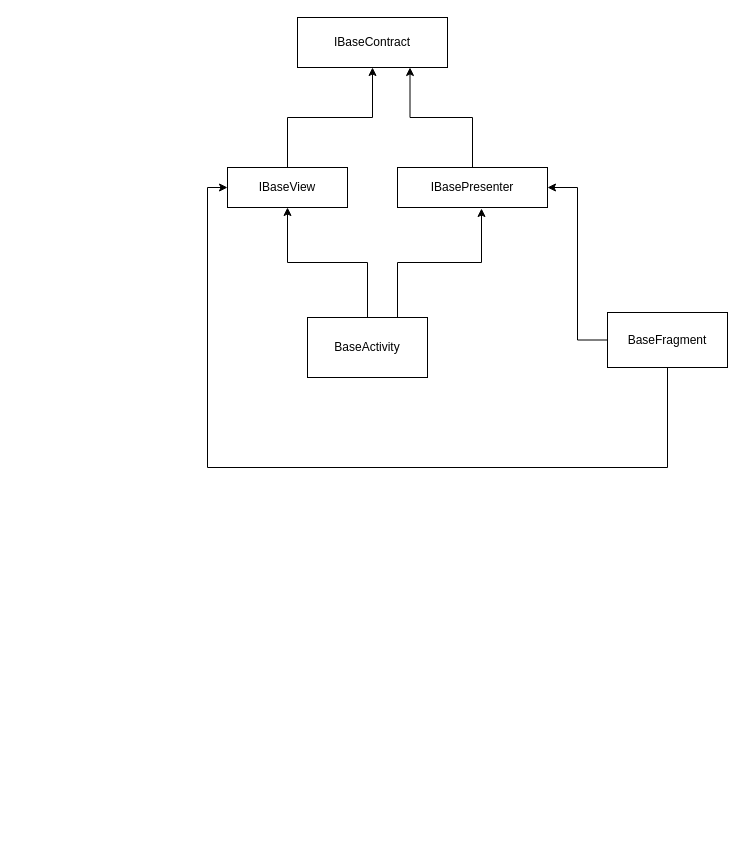
Before: MVP使用规范.drawio in 123yangu/private_tool, a draw.io diagram. Source tidied: cells renumbered, new cells numbered last; positions are measured from the earlier drawing's top-left corner, leaving out a move shared by most shapes. Both pictures are drawn from the tidied source at 100%, with x=0, y=0 at pixel (207, 17).
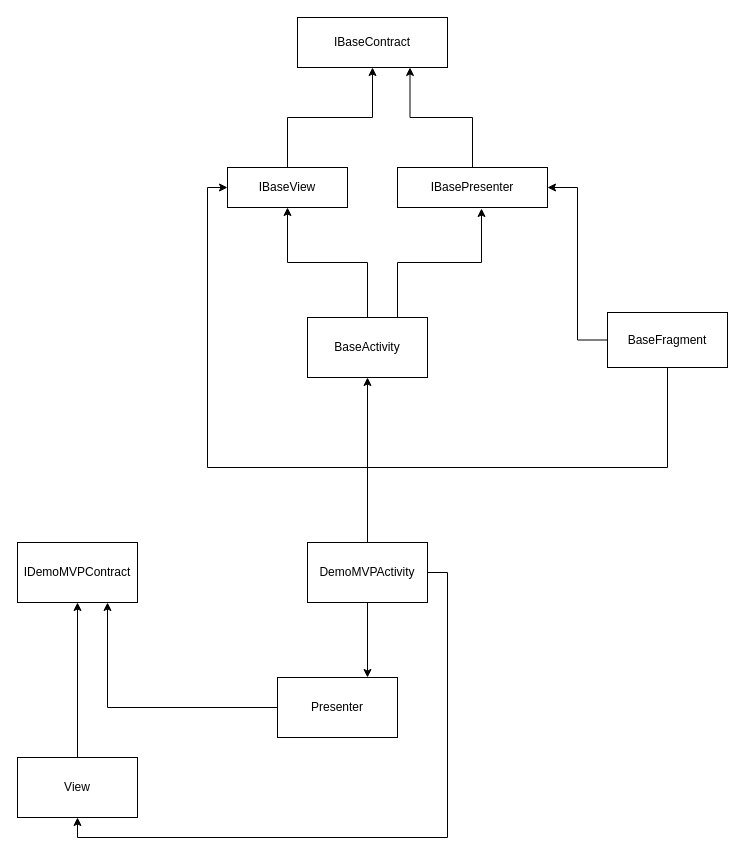
The same diagram, later.

Unchanged cells that the change refers to:
```xml
<mxCell id="4" value="BaseActivity" style="rounded=0;whiteSpace=wrap;html=1;" parent="1" vertex="1">
  <mxGeometry x="100" y="300" width="120" height="60" as="geometry" />
</mxCell>
```

The edit, as a diff of the source:
```diff
@@
+    <mxCell id="13" style="edgeStyle=orthogonalEdgeStyle;rounded=0;jettySize=auto;html=1;exitX=0.5;exitY=0;exitDx=0;exitDy=0;" parent="1" edge="1" source="16" target="4">
+      <mxGeometry relative="1" as="geometry" />
+    </mxCell>
+    <mxCell id="14" style="edgeStyle=orthogonalEdgeStyle;rounded=0;jettySize=auto;html=1;exitX=0.5;exitY=1;exitDx=0;exitDy=0;entryX=0.75;entryY=0;entryDx=0;entryDy=0;" parent="1" edge="1" source="16" target="21">
+      <mxGeometry relative="1" as="geometry" />
+    </mxCell>
+    <mxCell id="15" style="edgeStyle=orthogonalEdgeStyle;rounded=0;jettySize=auto;html=1;exitX=1;exitY=0.5;exitDx=0;exitDy=0;entryX=0.5;entryY=1;entryDx=0;entryDy=0;" parent="1" edge="1" source="16" target="19">
+      <mxGeometry relative="1" as="geometry" />
+    </mxCell>
+    <mxCell id="16" value="DemoMVPActivity" style="rounded=0;whiteSpace=wrap;html=1;" parent="1" vertex="1">
+      <mxGeometry x="100" y="525" width="120" height="60" as="geometry" />
+    </mxCell>
+    <mxCell id="17" value="&lt;span&gt;IDemoMVPContract&lt;/span&gt;" style="rounded=0;whiteSpace=wrap;html=1;" parent="1" vertex="1">
+      <mxGeometry x="-190" y="525" width="120" height="60" as="geometry" />
+    </mxCell>
+    <mxCell id="18" style="edgeStyle=orthogonalEdgeStyle;rounded=0;jettySize=auto;html=1;exitX=0.5;exitY=0;exitDx=0;exitDy=0;" parent="1" edge="1" source="19" target="17">
+      <mxGeometry relative="1" as="geometry" />
+    </mxCell>
+    <mxCell id="19" value="View" style="rounded=0;whiteSpace=wrap;html=1;" parent="1" vertex="1">
+      <mxGeometry x="-190" y="740" width="120" height="60" as="geometry" />
+    </mxCell>
+    <mxCell id="20" style="edgeStyle=orthogonalEdgeStyle;rounded=0;jettySize=auto;html=1;entryX=0.75;entryY=1;entryDx=0;entryDy=0;" parent="1" edge="1" source="21" target="17">
+      <mxGeometry relative="1" as="geometry" />
+    </mxCell>
+    <mxCell id="21" value="Presenter" style="rounded=0;whiteSpace=wrap;html=1;" parent="1" vertex="1">
+      <mxGeometry x="70" y="660" width="120" height="60" as="geometry" />
+    </mxCell>
```
